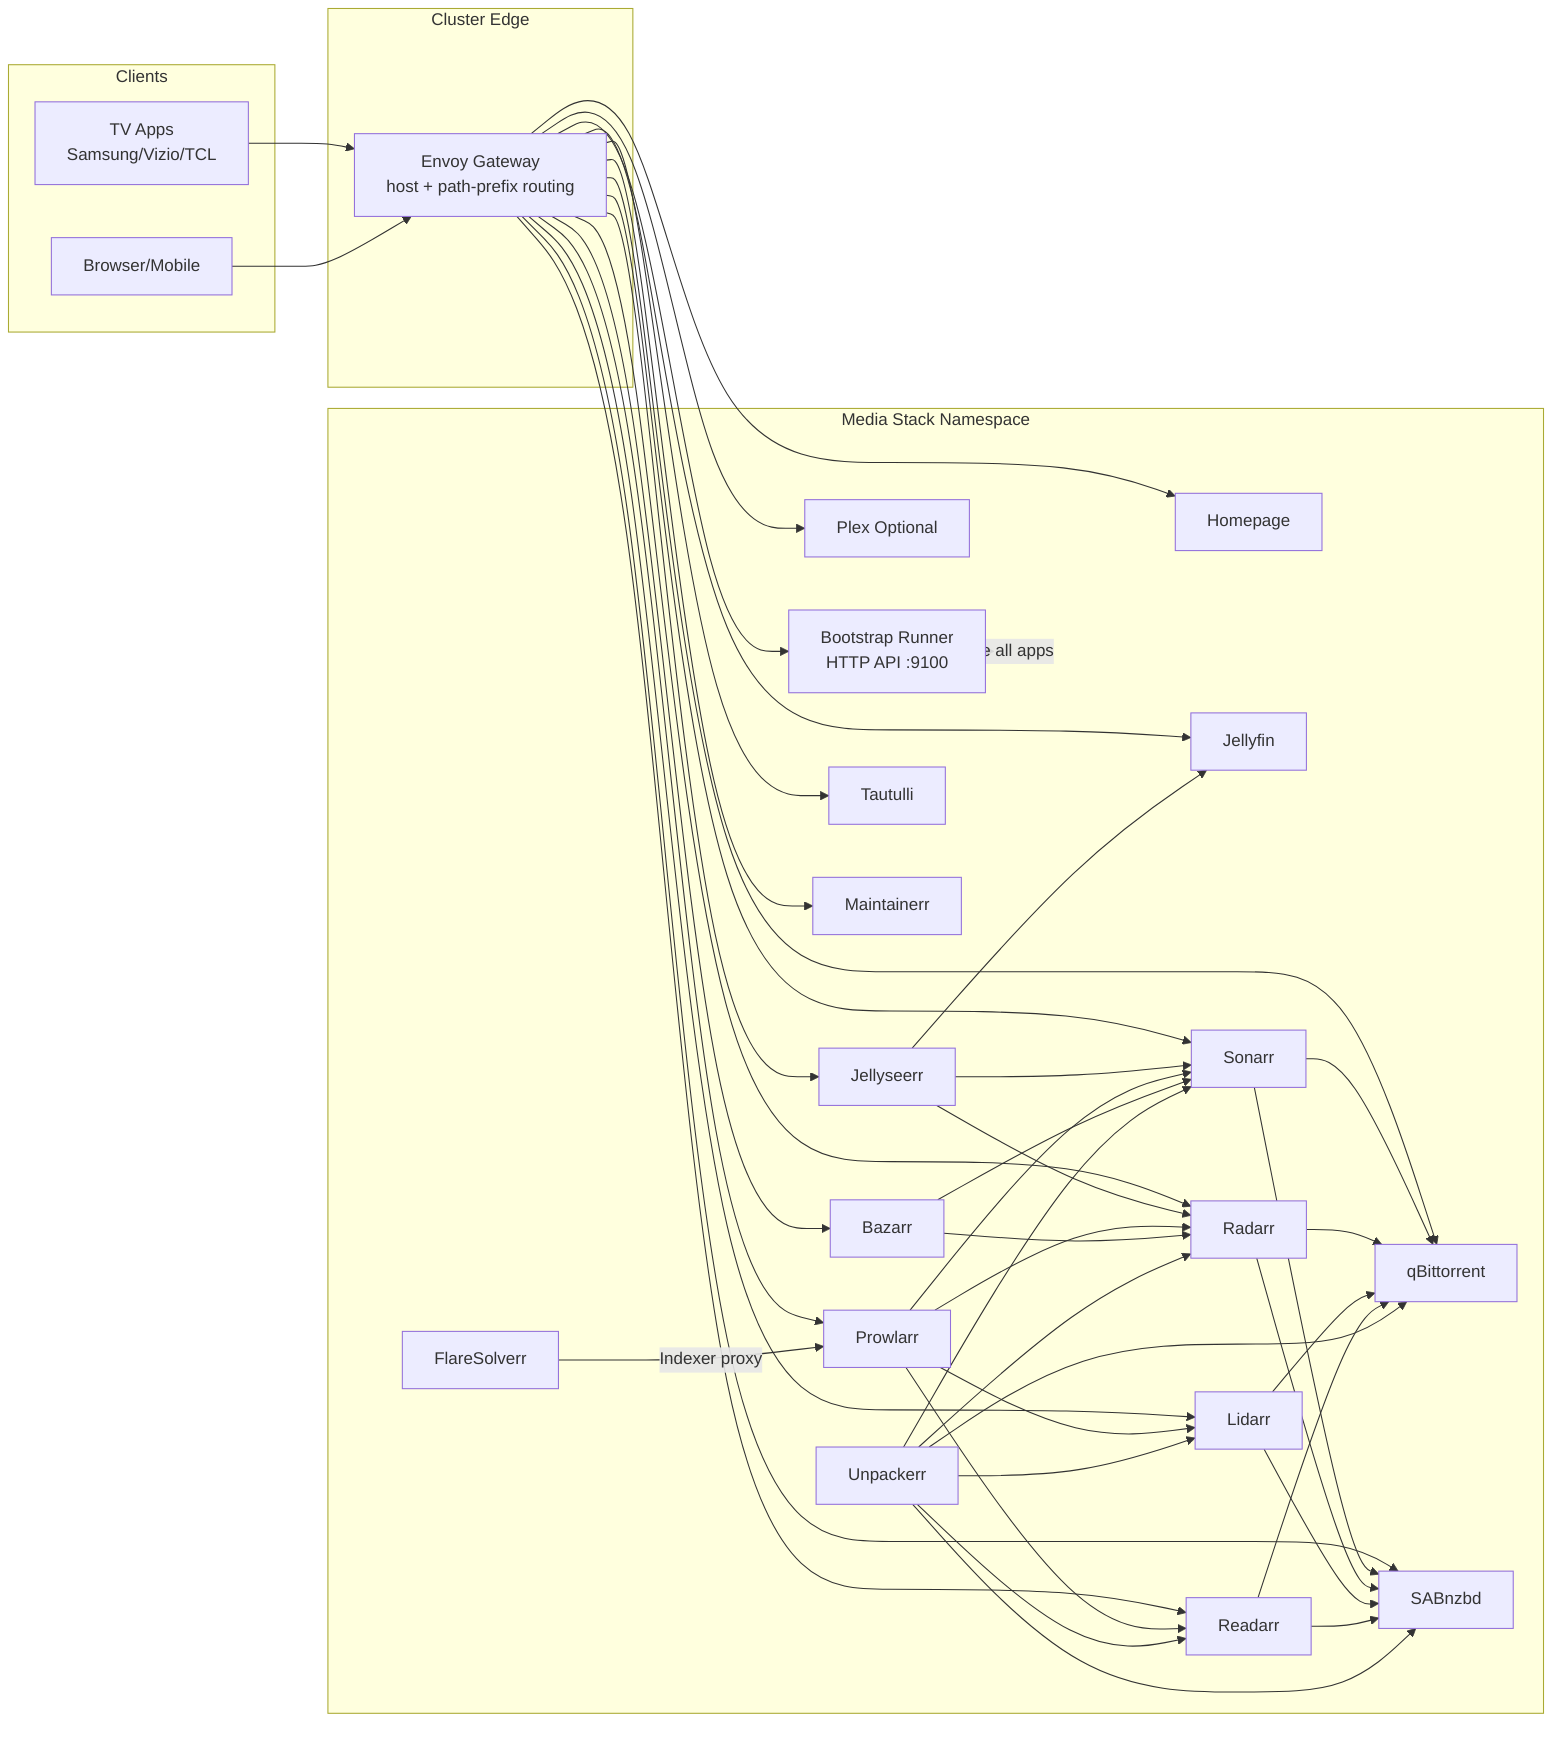
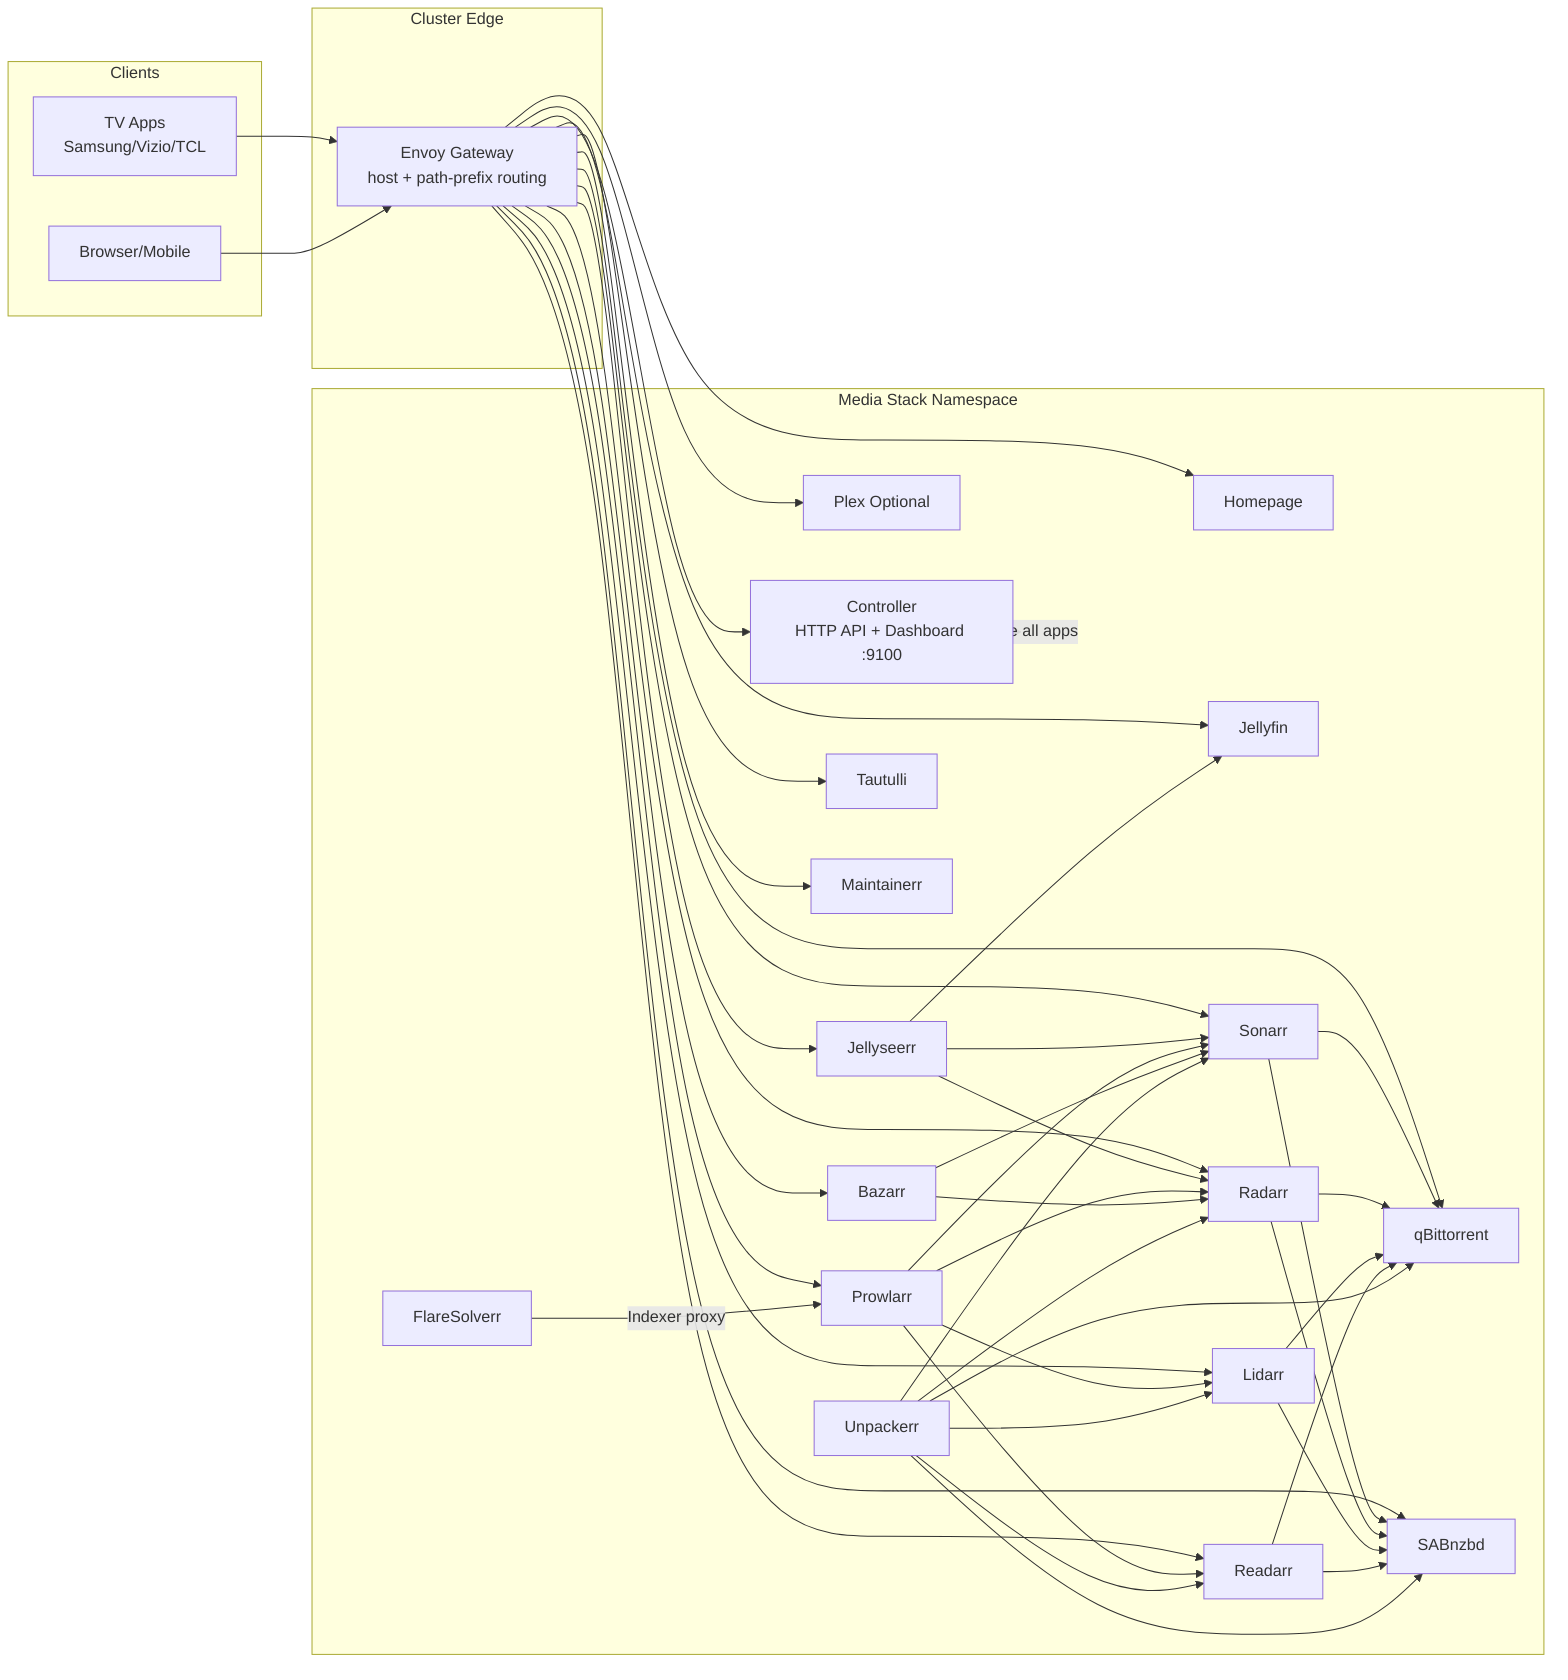
flowchart LR
  subgraph Clients[Clients]
    TV[TV Apps<br/>Samsung/Vizio/TCL]
    Browser[Browser/Mobile]
  end

  subgraph Edge[Cluster Edge]
    Envoy[Envoy Gateway<br/>host + path-prefix routing]
  end

  subgraph Apps[Media Stack Namespace]
    Homepage[Homepage]
    Jellyseerr[Jellyseerr]
    Jellyfin[Jellyfin]
    Plex[Plex Optional]
    Sonarr[Sonarr]
    Radarr[Radarr]
    Lidarr[Lidarr]
    Readarr[Readarr]
    Bazarr[Bazarr]
    Prowlarr[Prowlarr]
    QB[qBittorrent]
    SAB[SABnzbd]
    Tautulli[Tautulli]
    Maintainerr[Maintainerr]
    Unpackerr[Unpackerr]
    Flare[FlareSolverr]
-     Bootstrap[Bootstrap Runner<br/>HTTP API :9100]
+     Bootstrap[Controller<br/>HTTP API + Dashboard :9100]
  end

  TV --> Envoy
  Browser --> Envoy

  Envoy --> Homepage
  Envoy --> Jellyseerr
  Envoy --> Jellyfin
  Envoy --> Sonarr
  Envoy --> Radarr
  Envoy --> Lidarr
  Envoy --> Readarr
  Envoy --> Bazarr
  Envoy --> Prowlarr
  Envoy --> QB
  Envoy --> SAB
  Envoy --> Tautulli
  Envoy --> Maintainerr
  Envoy --> Plex
  Envoy --> Bootstrap

  Jellyseerr --> Sonarr
  Jellyseerr --> Radarr
  Jellyseerr --> Jellyfin

  Prowlarr --> Sonarr
  Prowlarr --> Radarr
  Prowlarr --> Lidarr
  Prowlarr --> Readarr
  Flare -->|Indexer proxy| Prowlarr

  Bazarr --> Sonarr
  Bazarr --> Radarr

  Sonarr --> QB
  Radarr --> QB
  Lidarr --> QB
  Readarr --> QB

  Sonarr --> SAB
  Radarr --> SAB
  Lidarr --> SAB
  Readarr --> SAB

  Unpackerr --> QB
  Unpackerr --> SAB
  Unpackerr --> Sonarr
  Unpackerr --> Radarr
  Unpackerr --> Lidarr
  Unpackerr --> Readarr

  Bootstrap -->|Configure all apps| Apps
